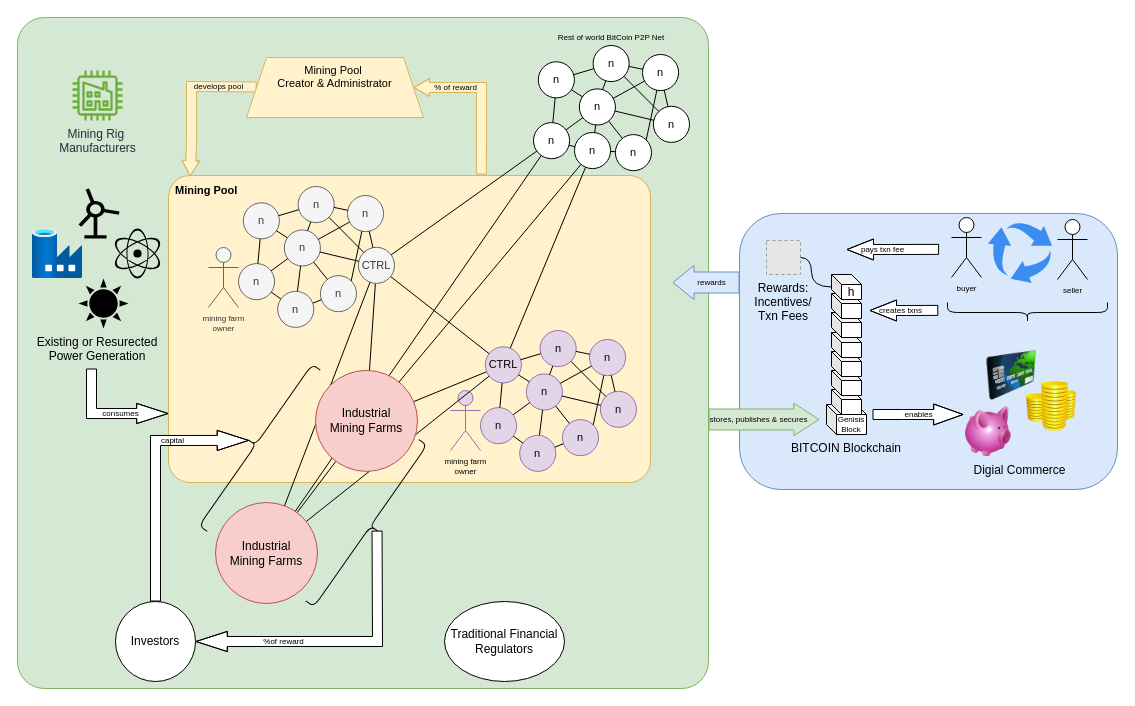
Earlier version of the draw.io diagram page "Stage 3 - Industrialization" (3 of 5) of source/macro.drawio (abs2023/tdocs). Source tidied: cells renumbered, new cells numbered last; positions are measured from the earlier drawing's top-left corner, leaving out a move shared by most shapes. Both pictures are drawn from the tidied source at 100%, with x=0, y=0 at pixel (17, 17). Pictures stored in the file or linked from it are replaced by grey dashed boxes.
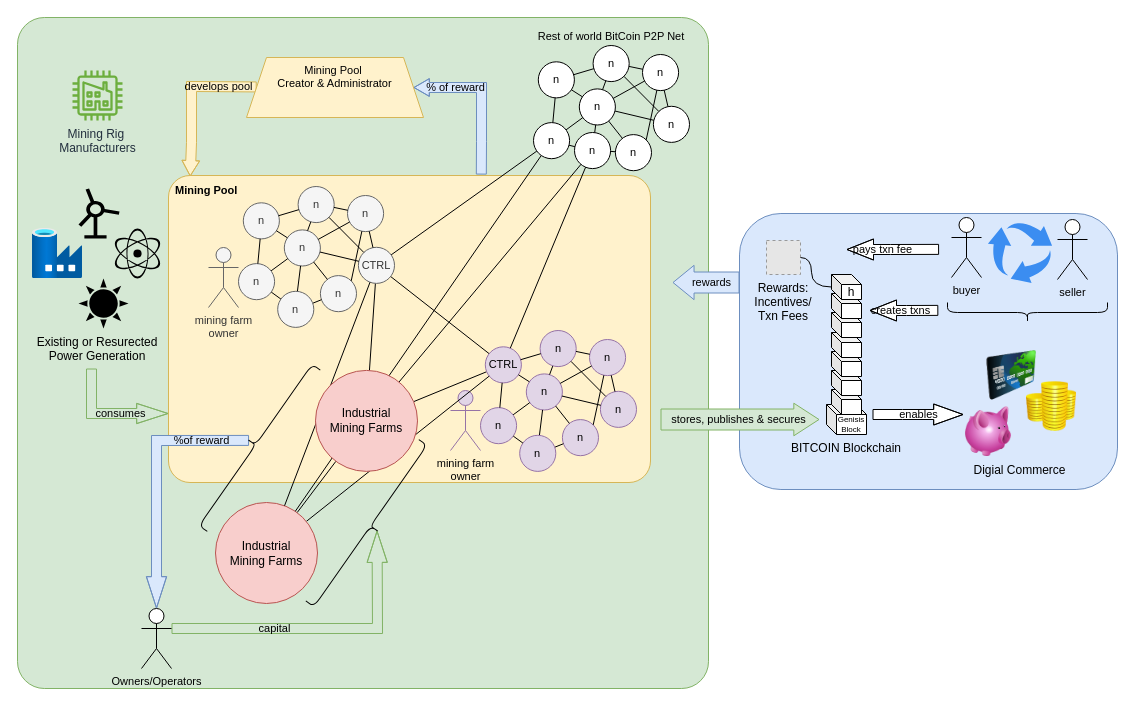
The same page after the edit.

Unchanged cells that the change refers to:
```xml
<mxCell id="4" style="group;" parent="1" vertex="1">
  <mxGeometry x="640" y="196" width="460" height="276" as="geometry" />
</mxCell>
<mxCell id="5" style="rounded=1;whiteSpace=wrap;html=1;fontSize=14;align=center;verticalAlign=top;fillColor=#dae8fc;strokeColor=#6c8ebf;labelPosition=center;verticalLabelPosition=middle;" parent="4" vertex="1">
  <mxGeometry x="82" width="378" height="276" as="geometry" />
</mxCell>
<mxCell id="8" style="image;html=1;image=img/lib/clip_art/finance/Piggy_Bank_128x128.png;fontSize=8;align=center;verticalAlign=bottom;" parent="6" vertex="1">
  <mxGeometry y="56" width="50" height="50" as="geometry" />
</mxCell>
<mxCell id="28" value="&lt;b&gt;Mining Pool&lt;/b&gt;&amp;nbsp;" style="rounded=1;whiteSpace=wrap;html=1;labelBackgroundColor=none;fontSize=11;align=left;verticalAlign=top;fillColor=#fff2cc;strokeColor=#d6b656;spacingLeft=5;arcSize=7;spacingTop=2;" parent="1" vertex="1">
  <mxGeometry x="151" y="158" width="482" height="307" as="geometry" />
</mxCell>
<mxCell id="39" style="group;" parent="1" vertex="1">
  <mxGeometry x="191" y="169" width="186" height="140.9" as="geometry" />
</mxCell>
<mxCell id="55" value="CTRL" style="ellipse;whiteSpace=wrap;html=1;fontSize=11;fillColor=#f5f5f5;strokeColor=#666666;fontColor=#333333;" parent="41" vertex="1">
  <mxGeometry x="119.9" y="60.8" width="36.1" height="36.1" as="geometry" />
</mxCell>
<mxCell id="65" style="group;" parent="1" vertex="1">
  <mxGeometry x="433" y="313" width="186" height="140.9" as="geometry" />
</mxCell>
<mxCell id="72" value="CTRL" style="ellipse;whiteSpace=wrap;html=1;fontSize=11;fillColor=#e1d5e7;strokeColor=#9673a6;" parent="66" vertex="1">
  <mxGeometry x="4.8" y="16.3" width="36.1" height="36.1" as="geometry" />
</mxCell>
<mxCell id="96" value="n" style="ellipse;whiteSpace=wrap;html=1;fontSize=11;" parent="91" vertex="1">
  <mxGeometry y="77.1" width="36.1" height="36.1" as="geometry" />
</mxCell>
<mxCell id="113" value="n" style="ellipse;whiteSpace=wrap;html=1;fontSize=11;" parent="91" vertex="1">
  <mxGeometry x="41" y="87" width="36.1" height="36.1" as="geometry" />
</mxCell>
<mxCell id="121" value="Mining Pool&amp;nbsp;&lt;br&gt;Creator &amp;amp; Administrator" style="shape=trapezoid;perimeter=trapezoidPerimeter;whiteSpace=wrap;html=1;fixedSize=1;labelBackgroundColor=none;fontSize=11;align=center;verticalAlign=top;fillColor=#fff2cc;strokeColor=#d6b656;" parent="1" vertex="1">
  <mxGeometry x="229" y="40" width="177" height="60" as="geometry" />
</mxCell>
<mxCell id="128" value="Industrial&lt;br&gt;Mining Farms" style="ellipse;whiteSpace=wrap;html=1;fillColor=#f8cecc;strokeColor=#b85450;" parent="1" vertex="1">
  <mxGeometry x="198" y="485" width="102" height="101" as="geometry" />
</mxCell>
<mxCell id="131" value="Industrial&lt;br&gt;Mining Farms" style="ellipse;whiteSpace=wrap;html=1;fillColor=#f8cecc;strokeColor=#b85450;" parent="1" vertex="1">
  <mxGeometry x="298" y="352.9" width="102" height="101" as="geometry" />
</mxCell>
<mxCell id="132" style="shape=curlyBracket;whiteSpace=wrap;html=1;rounded=1;labelBackgroundColor=none;fontSize=11;align=center;verticalAlign=top;rotation=35;" parent="1" vertex="1">
  <mxGeometry x="228.1" y="329" width="20" height="197" as="geometry" />
</mxCell>
<mxCell id="133" style="shape=curlyBracket;whiteSpace=wrap;html=1;rounded=1;labelBackgroundColor=none;fontSize=11;align=center;verticalAlign=top;rotation=-145;" parent="1" vertex="1">
  <mxGeometry x="343" y="410" width="20" height="197" as="geometry" />
</mxCell>
```

Diff of the diagram source:
```diff
@@
-    <mxCell id="3" value="Investors" style="ellipse;whiteSpace=wrap;html=1;" parent="1" vertex="1">
-      <mxGeometry x="98" y="584" width="80" height="80" as="geometry" />
-    </mxCell>
@@
-    <mxCell id="21" value="enables" style="shape=flexArrow;endArrow=classic;html=1;rounded=0;fontSize=8;endWidth=10;endSize=9.441666666666666;labelBackgroundColor=none;fillColor=default;entryX=0;entryY=0.16;entryDx=0;entryDy=0;entryPerimeter=0;" parent="4" edge="1" target="8">
+    <mxCell id="21" value="enables" style="shape=flexArrow;endArrow=classic;html=1;rounded=0;fontSize=11;endWidth=10;endSize=9.441666666666666;labelBackgroundColor=none;entryX=0;entryY=0.16;entryDx=0;entryDy=0;entryPerimeter=0;fillColor=#ffffff;" parent="4" edge="1" target="8">
       <mxGeometry x="65" y="31" as="geometry">
         <mxPoint x="215" y="201" as="sourcePoint" />
         <Array as="points">
           <mxPoint x="245" y="201" />
         </Array>
       </mxGeometry>
     </mxCell>
-    <mxCell id="22" value="creates txns" style="shape=flexArrow;endArrow=classic;html=1;rounded=0;fontSize=8;endWidth=10;endSize=8.5;labelBackgroundColor=none;fillColor=default;exitX=0.526;exitY=0.351;exitDx=0;exitDy=0;exitPerimeter=0;" parent="4" edge="1" source="5">
+    <mxCell id="22" value="creates txns" style="shape=flexArrow;endArrow=classic;html=1;rounded=0;fontSize=11;endWidth=10;endSize=8.5;labelBackgroundColor=none;exitX=0.526;exitY=0.351;exitDx=0;exitDy=0;exitPerimeter=0;fillColor=#ffffff;" parent="4" edge="1" source="5">
       <mxGeometry x="-638" y="8" as="geometry">
         <mxPoint x="212" y="97" as="targetPoint" />
         <Array as="points">
           <mxPoint x="249" y="97" />
         </Array>
         <mxPoint x="-3" as="offset" />
       </mxGeometry>
     </mxCell>
-    <mxCell id="23" value="seller" style="shape=umlActor;verticalLabelPosition=bottom;verticalAlign=top;html=1;fontSize=8;" parent="4" vertex="1">
+    <mxCell id="23" value="seller" style="shape=umlActor;verticalLabelPosition=bottom;verticalAlign=top;html=1;fontSize=11;" parent="4" vertex="1">
       <mxGeometry x="400" y="6" width="30" height="60" as="geometry" />
     </mxCell>
-    <mxCell id="24" value="buyer" style="shape=umlActor;verticalLabelPosition=bottom;verticalAlign=top;html=1;fontSize=8;" parent="4" vertex="1">
+    <mxCell id="24" value="buyer" style="shape=umlActor;verticalLabelPosition=bottom;verticalAlign=top;html=1;fontSize=11;" parent="4" vertex="1">
       <mxGeometry x="294" y="4" width="30" height="60" as="geometry" />
     </mxCell>
-    <mxCell id="25" value="pays txn fee" style="shape=flexArrow;endArrow=classic;html=1;rounded=0;fontSize=8;endWidth=10;endSize=8.5;labelBackgroundColor=none;fillColor=default;exitX=0.528;exitY=0.13;exitDx=0;exitDy=0;exitPerimeter=0;" parent="4" edge="1" source="5">
+    <mxCell id="25" value="pays txn fee" style="shape=flexArrow;endArrow=classic;html=1;rounded=0;fontSize=11;endWidth=10;endSize=8.5;labelBackgroundColor=none;exitX=0.528;exitY=0.13;exitDx=0;exitDy=0;exitPerimeter=0;fillColor=#ffffff;" parent="4" edge="1" source="5">
       <mxGeometry x="-548" y="80" as="geometry">
         <mxPoint x="189" y="36" as="targetPoint" />
         <Array as="points">
           <mxPoint x="233" y="36" />
         </Array>
         <mxPoint x="-10" as="offset" />
       </mxGeometry>
     </mxCell>
@@
-    <mxCell id="29" value="stores, publishes &amp;amp; secures" style="shape=flexArrow;endArrow=classic;html=1;rounded=0;fontSize=8;endWidth=10.588235294117647;endSize=8.058823529411764;labelBackgroundColor=none;fillColor=#d5e8d4;strokeColor=#82b366;width=21;" parent="1" edge="1">
-      <mxGeometry x="-0.1" relative="1" as="geometry">
-        <mxPoint x="691" y="402" as="sourcePoint" />
+    <mxCell id="29" value="stores, publishes &amp;amp; secures" style="shape=flexArrow;endArrow=classic;html=1;rounded=0;fontSize=11;endWidth=10.588235294117647;endSize=8.058823529411764;labelBackgroundColor=none;fillColor=#d5e8d4;strokeColor=#82b366;width=21;" parent="1" edge="1">
+      <mxGeometry x="-0.02" relative="1" as="geometry">
+        <mxPoint x="643" y="402" as="sourcePoint" />
         <mxPoint x="802" y="402" as="targetPoint" />
       </mxGeometry>
     </mxCell>
@@
-    <mxCell id="36" style="edgeStyle=none;rounded=0;jettySize=auto;html=1;labelBackgroundColor=none;fontSize=11;endArrow=none;endFill=0;strokeColor=default;fillColor=default;gradientColor=none;" parent="1" edge="1" source="72" target="55">
+    <mxCell id="36" style="edgeStyle=none;rounded=0;jettySize=auto;html=1;labelBackgroundColor=none;fontSize=11;endArrow=none;endFill=0;fillColor=default;gradientColor=none;" parent="1" edge="1" source="72" target="55">
       <mxGeometry relative="1" as="geometry" />
     </mxCell>
@@
-    <mxCell id="38" style="edgeStyle=none;rounded=0;jettySize=auto;html=1;labelBackgroundColor=none;fontSize=11;endArrow=none;endFill=0;strokeColor=default;fillColor=default;gradientColor=none;" parent="1" edge="1" source="131" target="55">
+    <mxCell id="38" style="edgeStyle=none;rounded=0;jettySize=auto;html=1;labelBackgroundColor=none;fontSize=11;endArrow=none;endFill=0;fillColor=default;gradientColor=none;" parent="1" edge="1" source="131" target="55">
       <mxGeometry relative="1" as="geometry" />
     </mxCell>
@@
-    <mxCell id="40" value="mining farm&lt;br&gt;owner" style="shape=umlActor;verticalLabelPosition=bottom;verticalAlign=top;html=1;fontSize=8;fillColor=#f5f5f5;strokeColor=#666666;fontColor=#333333;" parent="39" vertex="1">
+    <mxCell id="40" value="mining farm&lt;br style=&quot;font-size: 11px;&quot;&gt;owner" style="shape=umlActor;verticalLabelPosition=bottom;verticalAlign=top;html=1;fontSize=11;fillColor=#f5f5f5;strokeColor=#666666;fontColor=#333333;" parent="39" vertex="1">
       <mxGeometry y="61" width="30" height="60" as="geometry" />
     </mxCell>
@@
-    <mxCell id="90" value="mining farm&lt;br&gt;owner" style="shape=umlActor;verticalLabelPosition=bottom;verticalAlign=top;html=1;fontSize=8;fillColor=#e1d5e7;strokeColor=#9673a6;" parent="65" vertex="1">
+    <mxCell id="90" value="mining farm&lt;br style=&quot;font-size: 11px;&quot;&gt;owner" style="shape=umlActor;verticalLabelPosition=bottom;verticalAlign=top;html=1;fontSize=11;fillColor=#e1d5e7;strokeColor=#9673a6;" parent="65" vertex="1">
       <mxGeometry y="60" width="30" height="60" as="geometry" />
     </mxCell>
-    <mxCell id="91" value="Rest of world BitCoin P2P Net" style="group;fontSize=8;labelPosition=center;verticalLabelPosition=top;align=center;verticalAlign=bottom;" parent="1" vertex="1">
+    <mxCell id="91" value="Rest of world BitCoin P2P Net" style="group;fontSize=11;labelPosition=center;verticalLabelPosition=top;align=center;verticalAlign=bottom;" parent="1" vertex="1">
       <mxGeometry x="516" y="28" width="156" height="140.9" as="geometry" />
     </mxCell>
@@
-    <mxCell id="115" style="edgeStyle=none;rounded=0;jettySize=auto;html=1;labelBackgroundColor=none;fontSize=11;endArrow=none;endFill=0;strokeColor=default;fillColor=default;gradientColor=none;" parent="1" edge="1" source="113" target="72">
+    <mxCell id="115" style="edgeStyle=none;rounded=0;jettySize=auto;html=1;labelBackgroundColor=none;fontSize=11;endArrow=none;endFill=0;fillColor=default;gradientColor=none;" parent="1" edge="1" source="113" target="72">
       <mxGeometry relative="1" as="geometry" />
     </mxCell>
-    <mxCell id="116" style="edgeStyle=none;rounded=0;jettySize=auto;html=1;labelBackgroundColor=none;fontSize=11;endArrow=none;endFill=0;strokeColor=default;fillColor=default;gradientColor=none;" parent="1" edge="1" source="55" target="96">
+    <mxCell id="116" style="edgeStyle=none;rounded=0;jettySize=auto;html=1;labelBackgroundColor=none;fontSize=11;endArrow=none;endFill=0;fillColor=default;gradientColor=none;" parent="1" edge="1" source="55" target="96">
       <mxGeometry relative="1" as="geometry" />
     </mxCell>
-    <mxCell id="117" style="edgeStyle=none;rounded=0;jettySize=auto;html=1;labelBackgroundColor=none;fontSize=11;endArrow=none;endFill=0;strokeColor=default;fillColor=default;gradientColor=none;" parent="1" edge="1" source="131" target="113">
+    <mxCell id="117" style="edgeStyle=none;rounded=0;jettySize=auto;html=1;labelBackgroundColor=none;fontSize=11;endArrow=none;endFill=0;fillColor=default;gradientColor=none;" parent="1" edge="1" source="131" target="113">
       <mxGeometry relative="1" as="geometry" />
     </mxCell>
-    <mxCell id="118" value="rewards" style="shape=flexArrow;endArrow=classic;html=1;rounded=0;fontSize=8;endWidth=12.352941176470589;endSize=6.682352941176471;labelBackgroundColor=none;fillColor=#dae8fc;strokeColor=#6c8ebf;exitX=0;exitY=0.25;exitDx=0;exitDy=0;width=21;" parent="1" edge="1" source="5">
+    <mxCell id="118" value="rewards" style="shape=flexArrow;endArrow=classic;html=1;rounded=0;fontSize=11;endWidth=12.352941176470589;endSize=6.682352941176471;labelBackgroundColor=none;fillColor=#dae8fc;strokeColor=#6c8ebf;exitX=0;exitY=0.25;exitDx=0;exitDy=0;width=21;" parent="1" edge="1" source="5">
       <mxGeometry x="-0.16" relative="1" as="geometry">
         <mxPoint x="655" y="265" as="targetPoint" />
       </mxGeometry>
     </mxCell>
-    <mxCell id="119" value="consumes" style="shape=flexArrow;endArrow=classic;html=1;rounded=0;fontSize=8;endWidth=9.166666666666668;endSize=10.108333333333334;labelBackgroundColor=none;fillColor=#FFFFFF;" parent="1" edge="1">
+    <mxCell id="119" value="consumes" style="shape=flexArrow;endArrow=classic;html=1;rounded=0;fontSize=11;endWidth=9.166666666666668;endSize=10.108333333333334;labelBackgroundColor=none;fillColor=#d5e8d4;strokeColor=#82b366;" parent="1" edge="1">
       <mxGeometry x="0.22" relative="1" as="geometry">
         <mxPoint x="74" y="351" as="sourcePoint" />
         <mxPoint x="151" y="396" as="targetPoint" />
         <Array as="points">
           <mxPoint x="74" y="396" />
         </Array>
       </mxGeometry>
     </mxCell>
-    <mxCell id="120" value="develops pool" style="shape=flexArrow;endArrow=classic;html=1;rounded=0;fontSize=8;endWidth=6.666666666666666;endSize=4.772222222222222;labelBackgroundColor=none;fillColor=#fff2cc;entryX=0.045;entryY=0.003;entryDx=0;entryDy=0;entryPerimeter=0;strokeColor=#d6b656;" parent="1" edge="1" source="121" target="28">
+    <mxCell id="120" value="develops pool" style="shape=flexArrow;endArrow=classic;html=1;rounded=0;fontSize=11;endWidth=6.666666666666666;endSize=4.772222222222222;labelBackgroundColor=none;fillColor=#fff2cc;entryX=0.045;entryY=0.003;entryDx=0;entryDy=0;entryPerimeter=0;strokeColor=#d6b656;" parent="1" edge="1" source="121" target="28">
       <mxGeometry x="-0.51" relative="1" as="geometry">
         <Array as="points">
           <mxPoint x="174" y="69" />
           <mxPoint x="174" y="125" />
         </Array>
       </mxGeometry>
     </mxCell>
@@
-    <mxCell id="122" value="% of reward" style="shape=flexArrow;endArrow=classic;html=1;rounded=0;fontSize=8;endWidth=6.666666666666666;endSize=4.772222222222222;labelBackgroundColor=none;fillColor=#fff2cc;entryX=1;entryY=0.5;entryDx=0;entryDy=0;exitX=0.649;exitY=-0.003;exitDx=0;exitDy=0;exitPerimeter=0;strokeColor=#d6b656;" parent="1" edge="1" source="28" target="121">
+    <mxCell id="122" value="% of reward" style="shape=flexArrow;endArrow=classic;html=1;rounded=0;fontSize=11;endWidth=6.666666666666666;endSize=4.772222222222222;labelBackgroundColor=none;fillColor=#dae8fc;entryX=1;entryY=0.5;entryDx=0;entryDy=0;exitX=0.649;exitY=-0.003;exitDx=0;exitDy=0;exitPerimeter=0;strokeColor=#6c8ebf;" parent="1" edge="1" source="28" target="121">
       <mxGeometry x="0.46" relative="1" as="geometry">
         <Array as="points">
           <mxPoint x="464" y="124" />
           <mxPoint x="464" y="70" />
         </Array>
       </mxGeometry>
     </mxCell>
-    <mxCell id="123" value="capital" style="shape=flexArrow;endArrow=classic;html=1;rounded=0;fontSize=8;endWidth=9.166666666666668;endSize=10.108333333333334;labelBackgroundColor=none;fillColor=#FFFFFF;entryX=0.1;entryY=0.5;entryDx=0;entryDy=0;exitX=0.5;exitY=0;exitDx=0;exitDy=0;entryPerimeter=0;" parent="1" edge="1" source="3" target="132">
-      <mxGeometry x="0.4" relative="1" as="geometry">
+    <mxCell id="123" value="capital" style="shape=flexArrow;endArrow=classic;html=1;rounded=0;fontSize=11;endWidth=9.166666666666668;endSize=10.108333333333334;labelBackgroundColor=none;fillColor=#d5e8d4;entryX=0.1;entryY=0.5;entryDx=0;entryDy=0;exitX=1;exitY=0.3333333333333333;exitDx=0;exitDy=0;entryPerimeter=0;exitPerimeter=0;strokeColor=#82b366;" parent="1" edge="1" source="134" target="133">
+      <mxGeometry x="-0.32" relative="1" as="geometry">
         <Array as="points">
-          <mxPoint x="138" y="423" />
+          <mxPoint x="360" y="611" />
         </Array>
       </mxGeometry>
     </mxCell>
-    <mxCell id="124" value="%of reward" style="shape=flexArrow;endArrow=classic;html=1;rounded=0;fontSize=8;endWidth=9.166666666666668;endSize=10.108333333333334;labelBackgroundColor=none;fillColor=#FFFFFF;entryX=1;entryY=0.5;entryDx=0;entryDy=0;exitX=0.1;exitY=0.5;exitDx=0;exitDy=0;exitPerimeter=0;" parent="1" edge="1" source="133" target="3">
-      <mxGeometry x="0.4" relative="1" as="geometry">
+    <mxCell id="124" value="%of reward" style="shape=flexArrow;endArrow=classic;html=1;rounded=0;fontSize=11;endWidth=9.166666666666668;endSize=10.108333333333334;labelBackgroundColor=none;fillColor=#dae8fc;entryX=0.5;entryY=0;entryDx=0;entryDy=0;exitX=0.1;exitY=0.5;exitDx=0;exitDy=0;exitPerimeter=0;entryPerimeter=0;strokeColor=#6c8ebf;" parent="1" edge="1" source="132" target="134">
+      <mxGeometry x="-0.63" relative="1" as="geometry">
         <Array as="points">
-          <mxPoint x="360" y="624" />
+          <mxPoint x="139" y="423" />
         </Array>
       </mxGeometry>
     </mxCell>
-    <mxCell id="125" value="Traditional Financial&lt;br&gt;Regulators" style="ellipse;whiteSpace=wrap;html=1;" parent="1" vertex="1">
-      <mxGeometry x="427" y="584" width="120" height="80" as="geometry" />
-    </mxCell>
@@
-    <mxCell id="129" style="edgeStyle=none;rounded=0;jettySize=auto;html=1;labelBackgroundColor=none;fontSize=11;endArrow=none;endFill=0;strokeColor=default;fillColor=#FFFFFF;gradientColor=none;" parent="1" edge="1" source="128" target="96">
+    <mxCell id="129" style="edgeStyle=none;rounded=0;jettySize=auto;html=1;labelBackgroundColor=none;fontSize=11;endArrow=none;endFill=0;fillColor=#FFFFFF;gradientColor=none;" parent="1" edge="1" source="128" target="96">
       <mxGeometry relative="1" as="geometry" />
     </mxCell>
@@
+    <mxCell id="134" value="Owners/Operators" style="shape=umlActor;verticalLabelPosition=bottom;verticalAlign=top;html=1;outlineConnect=0;fontSize=11;" parent="1" vertex="1">
+      <mxGeometry x="124" y="591" width="30" height="60" as="geometry" />
+    </mxCell>
```
